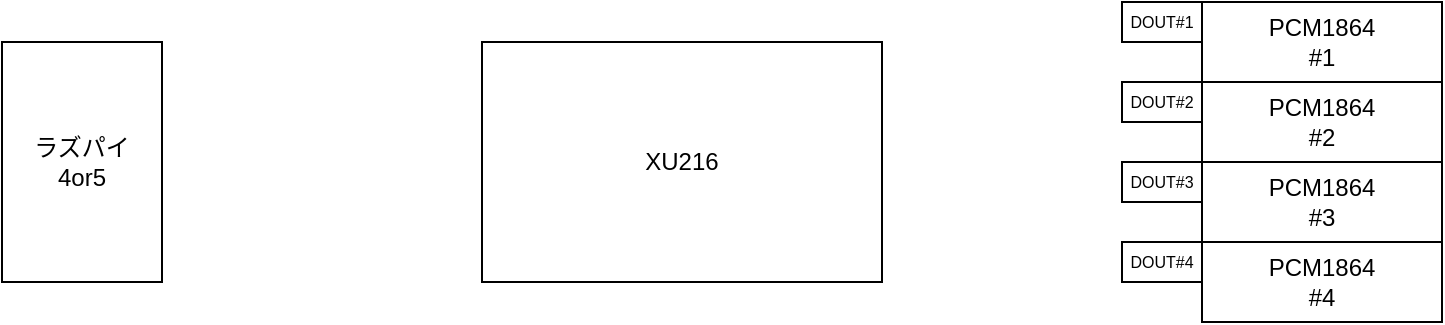
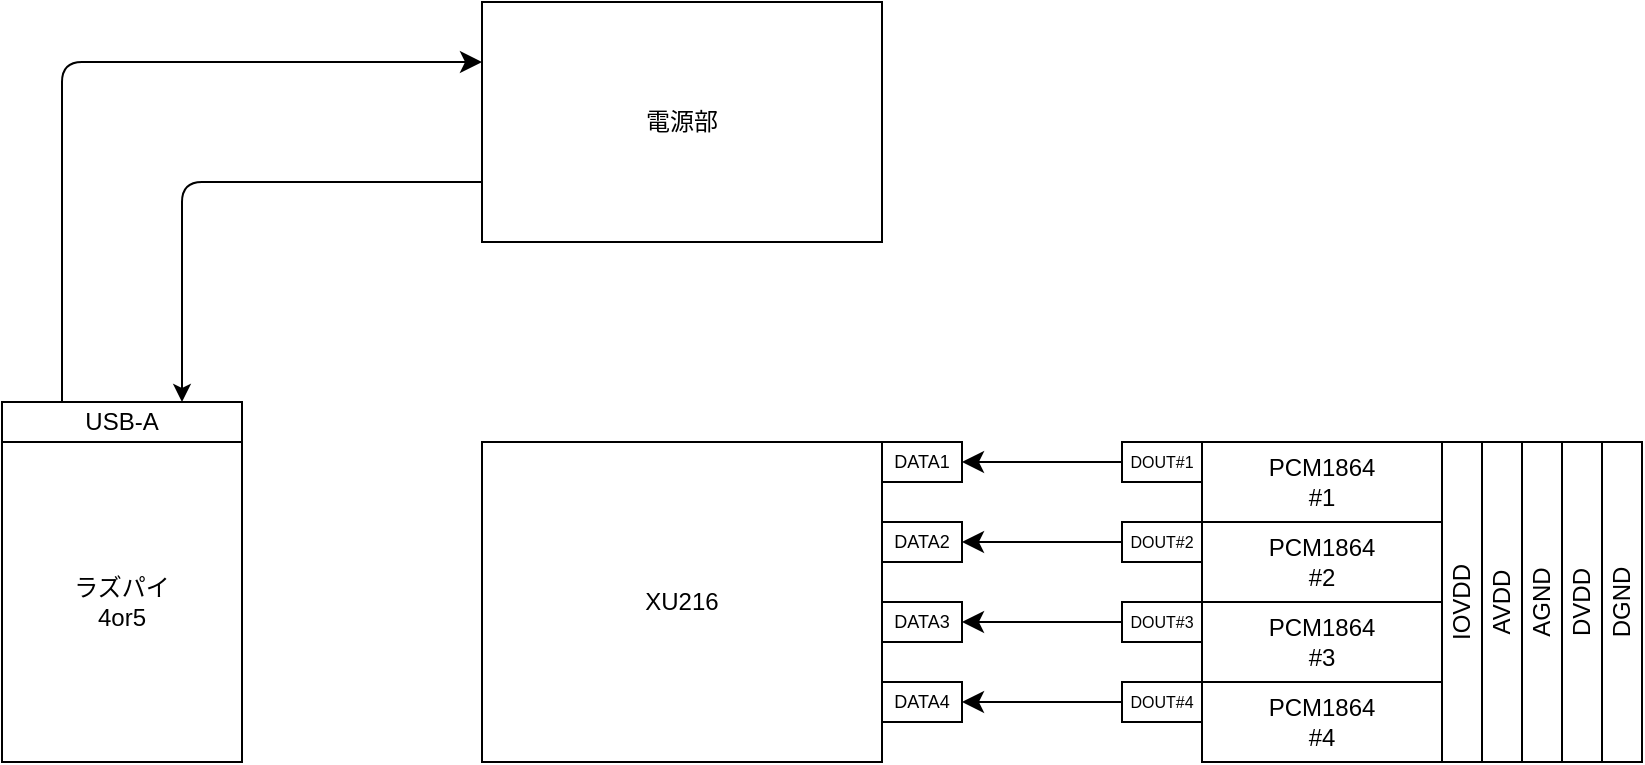
<mxfile host="app.diagrams.net">
  <diagram name="ページ-1" id="1rR5yNFkPkjZeM9XWKDB">
-     <mxGraphModel dx="408" dy="347" grid="1" gridSize="10" guides="1" tooltips="1" connect="1" arrows="1" fold="1" page="1" pageScale="1" pageWidth="827" pageHeight="1169" math="0" shadow="0">
+     <mxGraphModel dx="211" dy="179" grid="1" gridSize="10" guides="1" tooltips="1" connect="1" arrows="1" fold="1" page="1" pageScale="1" pageWidth="827" pageHeight="1169" math="0" shadow="0">
      <root>
        <mxCell id="0" />
        <mxCell id="1" parent="0" />
+         <mxCell id="8oAuVnmic7N__K8w4YIr-19" parent="1" style="rounded=0;whiteSpace=wrap;html=1;horizontal=0;" value="DVDD" vertex="1">
+           <mxGeometry height="160" width="20" x="860" y="220" as="geometry" />
+         </mxCell>
        <mxCell id="gwDgxvsqRqvtRyl1jF5W-1" parent="1" style="rounded=0;whiteSpace=wrap;html=1;" value="XU216" vertex="1">
-           <mxGeometry height="120" width="200" x="320" y="240" as="geometry" />
+           <mxGeometry height="160" width="200" x="320" y="220" as="geometry" />
        </mxCell>
        <mxCell id="gwDgxvsqRqvtRyl1jF5W-2" parent="1" style="rounded=0;whiteSpace=wrap;html=1;" value="ラズパイ&lt;div&gt;4or5&lt;/div&gt;" vertex="1">
-           <mxGeometry height="120" width="80" x="80" y="240" as="geometry" />
+           <mxGeometry height="160" width="120" x="80" y="220" as="geometry" />
        </mxCell>
        <mxCell id="gwDgxvsqRqvtRyl1jF5W-3" parent="1" style="rounded=0;whiteSpace=wrap;html=1;" value="PCM1864&lt;div&gt;#1&lt;/div&gt;" vertex="1">
          <mxGeometry height="40" width="120" x="680" y="220" as="geometry" />
        </mxCell>
        <mxCell id="8oAuVnmic7N__K8w4YIr-1" parent="1" style="rounded=0;whiteSpace=wrap;html=1;" value="PCM1864&lt;div&gt;#2&lt;/div&gt;" vertex="1">
          <mxGeometry height="40" width="120" x="680" y="260" as="geometry" />
        </mxCell>
        <mxCell id="8oAuVnmic7N__K8w4YIr-2" parent="1" style="rounded=0;whiteSpace=wrap;html=1;" value="PCM1864&lt;div&gt;#3&lt;/div&gt;" vertex="1">
          <mxGeometry height="40" width="120" x="680" y="300" as="geometry" />
        </mxCell>
        <mxCell id="8oAuVnmic7N__K8w4YIr-3" parent="1" style="rounded=0;whiteSpace=wrap;html=1;" value="PCM1864&lt;div&gt;#4&lt;/div&gt;" vertex="1">
          <mxGeometry height="40" width="120" x="680" y="340" as="geometry" />
        </mxCell>
        <mxCell id="8oAuVnmic7N__K8w4YIr-4" parent="1" style="rounded=0;whiteSpace=wrap;html=1;fontSize=8;" value="DOUT#1" vertex="1">
          <mxGeometry height="20" width="40" x="640" y="220" as="geometry" />
        </mxCell>
        <mxCell id="8oAuVnmic7N__K8w4YIr-5" parent="1" style="rounded=0;whiteSpace=wrap;html=1;fontSize=8;" value="DOUT#2" vertex="1">
          <mxGeometry height="20" width="40" x="640" y="260" as="geometry" />
        </mxCell>
        <mxCell id="8oAuVnmic7N__K8w4YIr-6" parent="1" style="rounded=0;whiteSpace=wrap;html=1;fontSize=8;" value="DOUT#3" vertex="1">
          <mxGeometry height="20" width="40" x="640" y="300" as="geometry" />
        </mxCell>
        <mxCell id="8oAuVnmic7N__K8w4YIr-7" parent="1" style="rounded=0;whiteSpace=wrap;html=1;fontSize=8;" value="DOUT#4" vertex="1">
          <mxGeometry height="20" width="40" x="640" y="340" as="geometry" />
        </mxCell>
+         <mxCell id="8oAuVnmic7N__K8w4YIr-8" parent="1" style="rounded=0;whiteSpace=wrap;html=1;direction=east;fontSize=9;" value="DATA1" vertex="1">
+           <mxGeometry height="20" width="40" x="520" y="220" as="geometry" />
+         </mxCell>
+         <mxCell id="8oAuVnmic7N__K8w4YIr-9" parent="1" style="rounded=0;whiteSpace=wrap;html=1;direction=east;fontSize=9;" value="DATA2" vertex="1">
+           <mxGeometry height="20" width="40" x="520" y="260" as="geometry" />
+         </mxCell>
+         <mxCell id="8oAuVnmic7N__K8w4YIr-10" parent="1" style="rounded=0;whiteSpace=wrap;html=1;direction=east;fontSize=9;" value="DATA3" vertex="1">
+           <mxGeometry height="20" width="40" x="520" y="300" as="geometry" />
+         </mxCell>
+         <mxCell id="8oAuVnmic7N__K8w4YIr-11" parent="1" style="rounded=0;whiteSpace=wrap;html=1;direction=east;fontSize=9;" value="DATA4" vertex="1">
+           <mxGeometry height="20" width="40" x="520" y="340" as="geometry" />
+         </mxCell>
+         <mxCell id="8oAuVnmic7N__K8w4YIr-12" edge="1" parent="1" source="8oAuVnmic7N__K8w4YIr-7" style="endArrow=classic;html=1;rounded=0;fontSize=12;startSize=8;endSize=8;curved=1;exitX=0;exitY=0.5;exitDx=0;exitDy=0;entryX=1;entryY=0.5;entryDx=0;entryDy=0;" target="8oAuVnmic7N__K8w4YIr-11" value="">
+           <mxGeometry height="50" relative="1" width="50" as="geometry">
+             <mxPoint x="570" y="390" as="sourcePoint" />
+             <mxPoint x="620" y="340" as="targetPoint" />
+           </mxGeometry>
+         </mxCell>
+         <mxCell id="8oAuVnmic7N__K8w4YIr-13" edge="1" parent="1" source="8oAuVnmic7N__K8w4YIr-6" style="endArrow=classic;html=1;rounded=0;fontSize=12;startSize=8;endSize=8;curved=1;exitX=0;exitY=0.5;exitDx=0;exitDy=0;entryX=1;entryY=0.5;entryDx=0;entryDy=0;" target="8oAuVnmic7N__K8w4YIr-10" value="">
+           <mxGeometry height="50" relative="1" width="50" as="geometry">
+             <mxPoint x="650" y="360" as="sourcePoint" />
+             <mxPoint x="570" y="360" as="targetPoint" />
+           </mxGeometry>
+         </mxCell>
+         <mxCell id="8oAuVnmic7N__K8w4YIr-14" edge="1" parent="1" source="8oAuVnmic7N__K8w4YIr-5" style="endArrow=classic;html=1;rounded=0;fontSize=12;startSize=8;endSize=8;curved=1;exitX=0;exitY=0.5;exitDx=0;exitDy=0;entryX=1;entryY=0.5;entryDx=0;entryDy=0;" target="8oAuVnmic7N__K8w4YIr-9" value="">
+           <mxGeometry height="50" relative="1" width="50" as="geometry">
+             <mxPoint x="650" y="320" as="sourcePoint" />
+             <mxPoint x="570" y="270" as="targetPoint" />
+           </mxGeometry>
+         </mxCell>
+         <mxCell id="8oAuVnmic7N__K8w4YIr-15" edge="1" parent="1" source="8oAuVnmic7N__K8w4YIr-4" style="endArrow=classic;html=1;rounded=0;fontSize=12;startSize=8;endSize=8;curved=1;exitX=0;exitY=0.5;exitDx=0;exitDy=0;entryX=1;entryY=0.5;entryDx=0;entryDy=0;entryPerimeter=0;" target="8oAuVnmic7N__K8w4YIr-8" value="">
+           <mxGeometry height="50" relative="1" width="50" as="geometry">
+             <mxPoint x="650" y="280" as="sourcePoint" />
+             <mxPoint x="570" y="230" as="targetPoint" />
+           </mxGeometry>
+         </mxCell>
+         <mxCell id="8oAuVnmic7N__K8w4YIr-16" parent="1" style="rounded=0;whiteSpace=wrap;html=1;align=center;horizontal=0;" value="IOVDD" vertex="1">
+           <mxGeometry height="160" width="20" x="800" y="220" as="geometry" />
+         </mxCell>
+         <mxCell id="8oAuVnmic7N__K8w4YIr-17" parent="1" style="rounded=0;whiteSpace=wrap;html=1;horizontal=0;" value="AVDD" vertex="1">
+           <mxGeometry height="160" width="20" x="820" y="220" as="geometry" />
+         </mxCell>
+         <mxCell id="8oAuVnmic7N__K8w4YIr-18" parent="1" style="rounded=0;whiteSpace=wrap;html=1;horizontal=0;" value="AGND" vertex="1">
+           <mxGeometry height="160" width="20" x="840" y="220" as="geometry" />
+         </mxCell>
+         <mxCell id="8oAuVnmic7N__K8w4YIr-20" parent="1" style="rounded=0;whiteSpace=wrap;html=1;horizontal=0;" value="DGND" vertex="1">
+           <mxGeometry height="160" width="20" x="880" y="220" as="geometry" />
+         </mxCell>
+         <mxCell id="8oAuVnmic7N__K8w4YIr-21" parent="1" style="rounded=0;whiteSpace=wrap;html=1;" value="電源部" vertex="1">
+           <mxGeometry height="120" width="200" x="320" as="geometry" />
+         </mxCell>
+         <mxCell id="8oAuVnmic7N__K8w4YIr-22" parent="1" style="rounded=0;whiteSpace=wrap;html=1;" value="USB-A" vertex="1">
+           <mxGeometry height="20" width="120" x="80" y="200" as="geometry" />
+         </mxCell>
+         <mxCell id="8oAuVnmic7N__K8w4YIr-23" edge="1" parent="1" source="8oAuVnmic7N__K8w4YIr-22" style="endArrow=classic;html=1;rounded=1;fontSize=12;startSize=8;endSize=8;curved=0;exitX=0.25;exitY=0;exitDx=0;exitDy=0;entryX=0;entryY=0.25;entryDx=0;entryDy=0;" target="8oAuVnmic7N__K8w4YIr-21" value="">
+           <mxGeometry height="50" relative="1" width="50" as="geometry">
+             <Array as="points">
+               <mxPoint x="110" y="30" />
+             </Array>
+             <mxPoint x="270" y="200" as="sourcePoint" />
+             <mxPoint x="320" y="150" as="targetPoint" />
+           </mxGeometry>
+         </mxCell>
+         <mxCell id="8oAuVnmic7N__K8w4YIr-24" edge="1" parent="1" source="8oAuVnmic7N__K8w4YIr-21" style="endArrow=classic;html=1;rounded=1;fontSize=12;curved=0;exitX=0;exitY=0.75;exitDx=0;exitDy=0;entryX=0.75;entryY=0;entryDx=0;entryDy=0;" target="8oAuVnmic7N__K8w4YIr-22" value="">
+           <mxGeometry height="50" relative="1" width="50" as="geometry">
+             <Array as="points">
+               <mxPoint x="170" y="90" />
+             </Array>
+             <mxPoint x="270" y="200" as="sourcePoint" />
+             <mxPoint x="320" y="150" as="targetPoint" />
+           </mxGeometry>
+         </mxCell>
      </root>
    </mxGraphModel>
  </diagram>
</mxfile>
